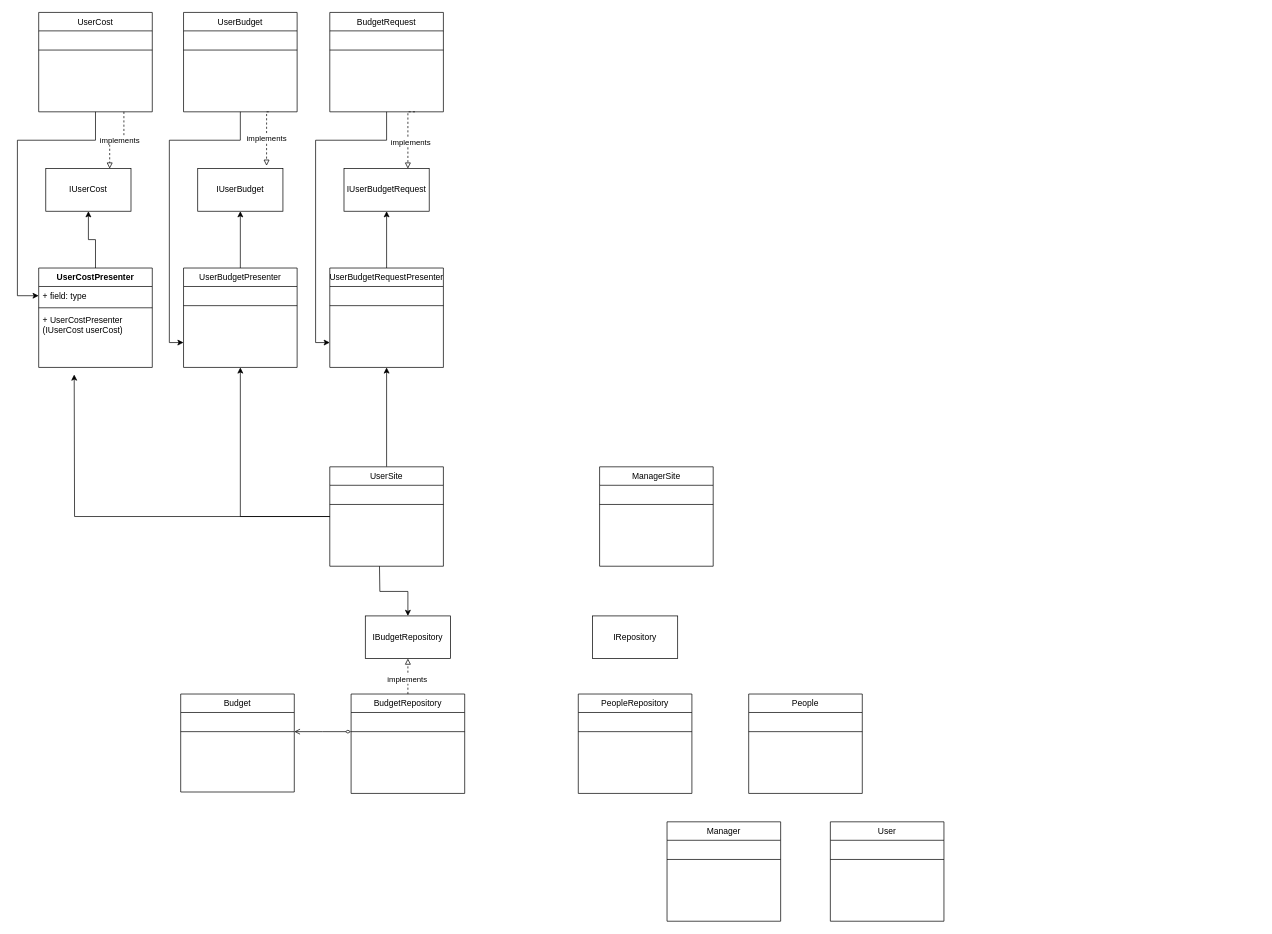
Earlier version of the draw.io diagram budgetdock_uml.drawio (SirBing/UML). Source tidied: cells renumbered, new cells numbered last; positions are measured from the earlier drawing's top-left corner, leaving out a move shared by most shapes. Both pictures are drawn from the tidied source at 71%, with x=0, y=0 at pixel (17, 12).
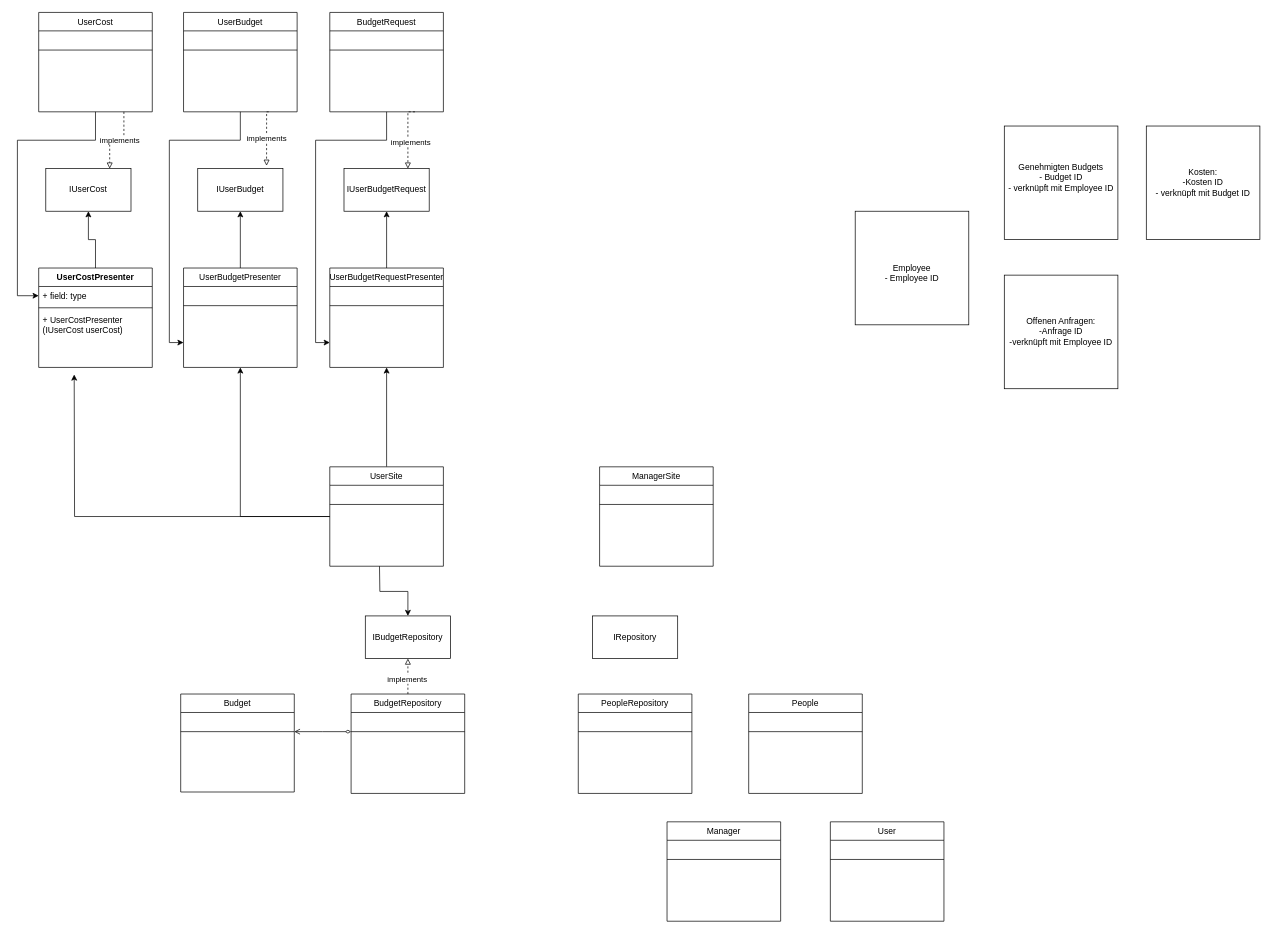
Above is the later version.

Change to the diagram source:
```diff
@@
+    <mxCell id="56" value="&lt;div&gt;Offenen Anfragen:&lt;/div&gt;&lt;div&gt;-Anfrage ID&lt;br&gt;&lt;/div&gt;&lt;div&gt;-verknüpft mit Employee ID&lt;br&gt;&lt;/div&gt;" style="whiteSpace=wrap;html=1;" parent="1" vertex="1">
+      <mxGeometry x="1390" y="370" width="160" height="160" as="geometry" />
+    </mxCell>
+    <mxCell id="57" value="&lt;div&gt;Genehmigten Budgets&lt;/div&gt;&lt;div&gt;- Budget ID&lt;/div&gt;&lt;div&gt;- verknüpft mit Employee ID&lt;/div&gt;&lt;div&gt;&lt;br&gt;&lt;/div&gt;" style="whiteSpace=wrap;html=1;" parent="1" vertex="1">
+      <mxGeometry x="1390" y="160" width="160" height="160" as="geometry" />
+    </mxCell>
+    <mxCell id="58" value="&lt;div&gt;Kosten:&lt;/div&gt;&lt;div&gt;-Kosten ID&lt;br&gt;&lt;/div&gt;&lt;div&gt;- verknüpft mit Budget ID&lt;br&gt;&lt;/div&gt;" style="whiteSpace=wrap;html=1;" parent="1" vertex="1">
+      <mxGeometry x="1590" y="160" width="160" height="160" as="geometry" />
+    </mxCell>
+    <mxCell id="59" value="&lt;div&gt;&lt;br&gt;&lt;/div&gt;&lt;div&gt;Employee&lt;/div&gt;&lt;div&gt;- Employee ID&lt;br&gt;&lt;/div&gt;" style="whiteSpace=wrap;html=1;" parent="1" vertex="1">
+      <mxGeometry x="1180" y="280" width="160" height="160" as="geometry" />
+    </mxCell>
```
